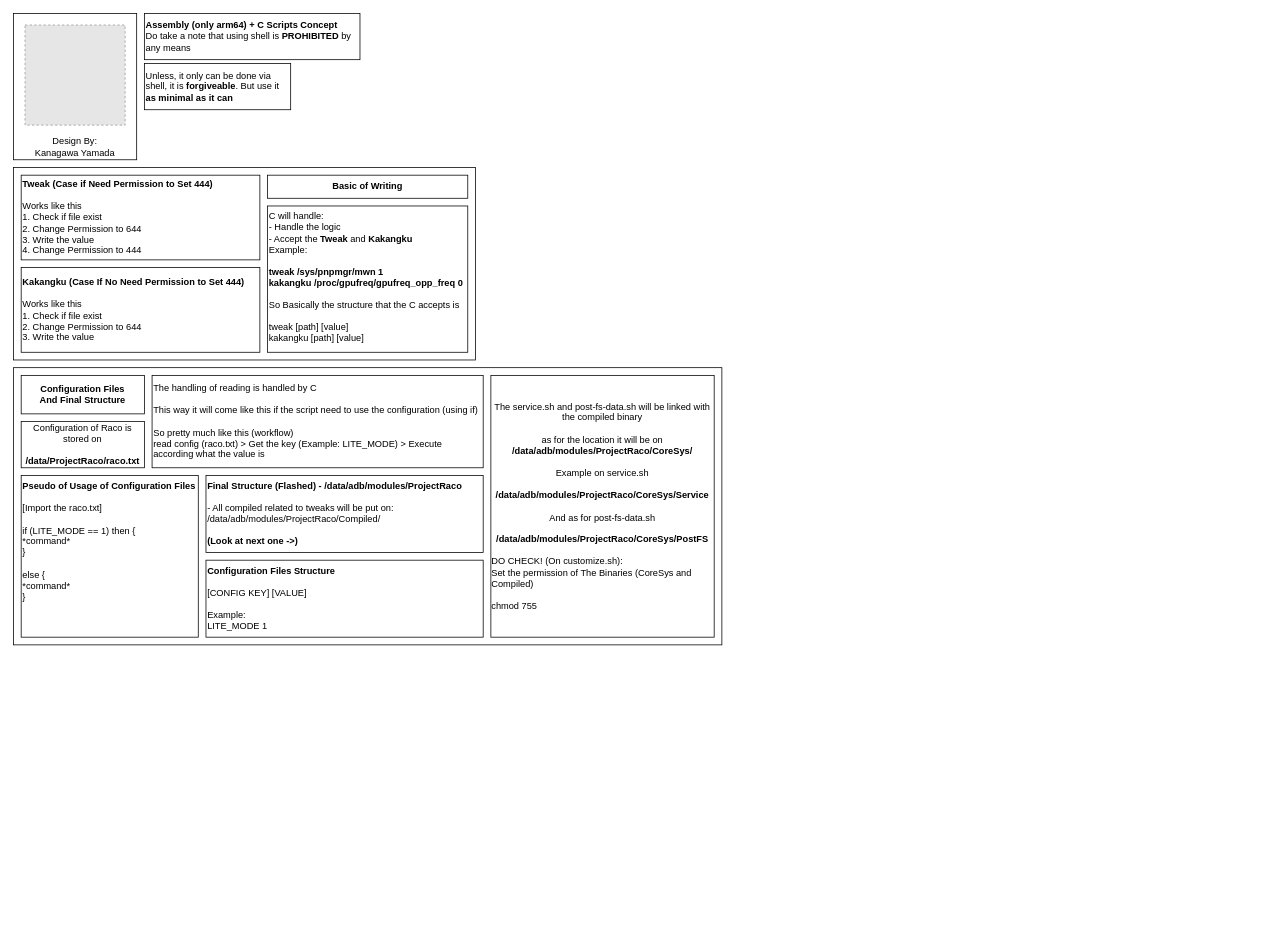
The draw.io diagram Designs/Structure of Project Raco.drawio in LoggingNewMemory/Project-Raco, before the edit. Source tidied: cells renumbered, new cells numbered last; positions are measured from the earlier drawing's top-left corner, leaving out a move shared by most shapes. Both pictures are drawn from the tidied source at 77%, with x=0, y=0 at pixel (13, 13). Pictures stored in the file or linked from it are replaced by grey dashed boxes.
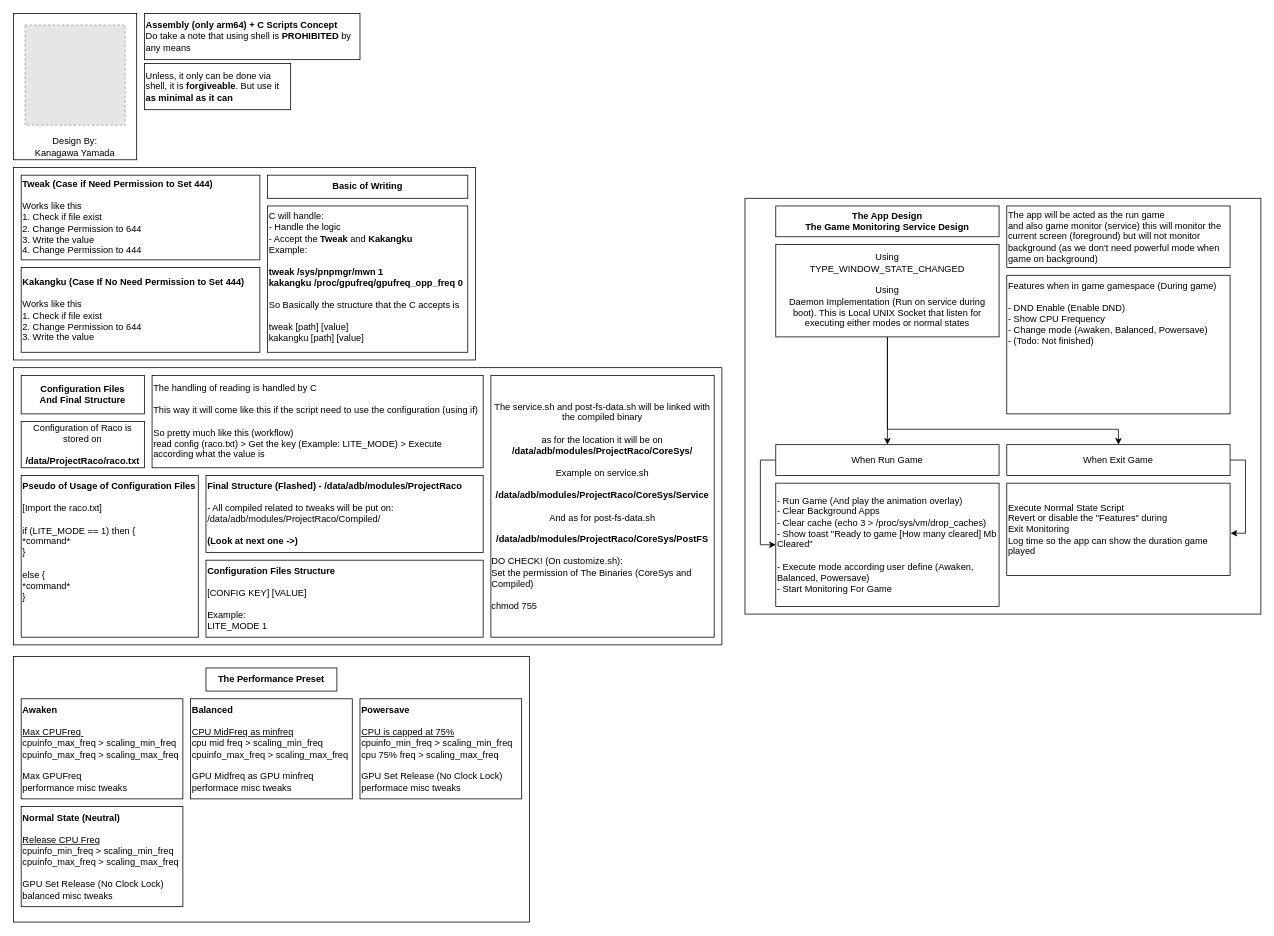
After the change.

Diff of the diagram source:
```diff
@@
+    <mxCell id="20" style="rounded=0;whiteSpace=wrap;html=1;" parent="1" vertex="1">
+      <mxGeometry x="950" y="240" width="670" height="540" as="geometry" />
+    </mxCell>
+    <mxCell id="21" style="rounded=0;whiteSpace=wrap;html=1;" parent="1" vertex="1">
+      <mxGeometry y="835" width="670" height="345" as="geometry" />
+    </mxCell>
@@
+    <mxCell id="22" value="&lt;b&gt;The Performance Preset&lt;/b&gt;" style="rounded=0;whiteSpace=wrap;html=1;" parent="1" vertex="1">
+      <mxGeometry x="250" y="850" width="170" height="30" as="geometry" />
+    </mxCell>
+    <mxCell id="23" value="&lt;b&gt;Awaken&lt;/b&gt;&lt;br&gt;&lt;div&gt;&lt;b&gt;&lt;br&gt;&lt;/b&gt;&lt;/div&gt;&lt;div&gt;&lt;u&gt;Max CPUFreq&amp;nbsp;&lt;/u&gt;&lt;/div&gt;&lt;div&gt;cpuinfo_max_freq &amp;gt;&amp;nbsp;scaling_min_freq&lt;/div&gt;&lt;div&gt;&lt;div&gt;cpuinfo_max_freq &amp;gt;&amp;nbsp;scaling_max_freq&lt;/div&gt;&lt;div&gt;&lt;br&gt;&lt;/div&gt;&lt;/div&gt;&lt;div&gt;Max GPUFreq&lt;/div&gt;&lt;div&gt;performance misc tweaks&lt;/div&gt;" style="rounded=0;whiteSpace=wrap;html=1;align=left;" parent="1" vertex="1">
+      <mxGeometry x="10" y="890" width="210" height="130" as="geometry" />
+    </mxCell>
+    <mxCell id="24" value="&lt;b&gt;Balanced&lt;/b&gt;&lt;div&gt;&lt;b&gt;&lt;br&gt;&lt;/b&gt;&lt;/div&gt;&lt;div&gt;&lt;u&gt;CPU MidFreq as minfreq&lt;/u&gt;&lt;/div&gt;&lt;div&gt;cpu mid freq &amp;gt;&amp;nbsp;scaling_min_freq&lt;/div&gt;&lt;div&gt;&lt;div&gt;cpuinfo_max_freq &amp;gt;&amp;nbsp;scaling_max_freq&lt;/div&gt;&lt;div&gt;&lt;br&gt;&lt;/div&gt;&lt;/div&gt;&lt;div&gt;GPU Midfreq as GPU minfreq&lt;/div&gt;&lt;div&gt;performace misc tweaks&lt;/div&gt;" style="rounded=0;whiteSpace=wrap;html=1;align=left;" parent="1" vertex="1">
+      <mxGeometry x="230" y="890" width="210" height="130" as="geometry" />
+    </mxCell>
+    <mxCell id="25" value="&lt;div&gt;&lt;b&gt;Powersave&lt;/b&gt;&lt;/div&gt;&lt;div&gt;&lt;b&gt;&lt;br&gt;&lt;/b&gt;&lt;/div&gt;&lt;div&gt;&lt;u&gt;CPU is capped at 75%&lt;/u&gt;&lt;/div&gt;&lt;div&gt;&lt;span style=&quot;background-color: transparent; color: light-dark(rgb(0, 0, 0), rgb(255, 255, 255));&quot;&gt;cpuinfo_min_freq&lt;/span&gt;&amp;nbsp;&amp;gt;&amp;nbsp;&lt;span style=&quot;background-color: transparent; color: light-dark(rgb(0, 0, 0), rgb(255, 255, 255));&quot;&gt;scaling_min_freq&lt;/span&gt;&lt;/div&gt;&lt;div&gt;&lt;div&gt;&lt;span style=&quot;background-color: transparent; color: light-dark(rgb(0, 0, 0), rgb(255, 255, 255));&quot;&gt;cpu 75% freq&lt;/span&gt;&amp;nbsp;&amp;gt;&amp;nbsp;scaling_max_freq&lt;/div&gt;&lt;div&gt;&lt;br&gt;&lt;/div&gt;&lt;/div&gt;&lt;div&gt;GPU Set Release (No Clock Lock)&lt;/div&gt;&lt;div&gt;performace misc tweaks&lt;/div&gt;" style="rounded=0;whiteSpace=wrap;html=1;align=left;" parent="1" vertex="1">
+      <mxGeometry x="450" y="890" width="210" height="130" as="geometry" />
+    </mxCell>
+    <mxCell id="26" value="&lt;div&gt;&lt;b&gt;Normal State (Neutral)&lt;/b&gt;&lt;/div&gt;&lt;div&gt;&lt;br&gt;&lt;/div&gt;&lt;div&gt;&lt;u&gt;Release CPU Freq&lt;/u&gt;&amp;nbsp;&lt;/div&gt;&lt;div&gt;cpuinfo_min_freq &amp;gt;&amp;nbsp;scaling_min_freq&lt;/div&gt;&lt;div&gt;&lt;div&gt;cpuinfo_max_freq &amp;gt;&amp;nbsp;scaling_max_freq&lt;/div&gt;&lt;div&gt;&lt;br&gt;&lt;/div&gt;&lt;/div&gt;&lt;div&gt;GPU Set Release (No Clock Lock)&lt;/div&gt;&lt;div&gt;&lt;span style=&quot;background-color: transparent; color: light-dark(rgb(0, 0, 0), rgb(255, 255, 255));&quot;&gt;balanced misc tweaks&lt;/span&gt;&lt;/div&gt;" style="rounded=0;whiteSpace=wrap;html=1;align=left;" parent="1" vertex="1">
+      <mxGeometry x="10" y="1030" width="210" height="130" as="geometry" />
+    </mxCell>
+    <mxCell id="27" value="The App Design&lt;div&gt;The Game Monitoring Service Design&lt;/div&gt;" style="rounded=0;whiteSpace=wrap;html=1;fontStyle=1;" parent="1" vertex="1">
+      <mxGeometry x="990" y="250" width="290" height="40" as="geometry" />
+    </mxCell>
+    <mxCell id="28" value="The app will be acted as the run game&lt;div&gt;and also game monitor (service) this will monitor the current screen (foreground) but will not monitor background (as we don't need powerful mode when game on background)&lt;/div&gt;" style="rounded=0;whiteSpace=wrap;html=1;align=left;" parent="1" vertex="1">
+      <mxGeometry x="1290" y="250" width="290" height="80" as="geometry" />
+    </mxCell>
+    <mxCell id="29" style="edgeStyle=orthogonalEdgeStyle;rounded=0;jettySize=auto;html=1;entryX=0;entryY=0.5;entryDx=0;entryDy=0;" parent="1" edge="1" source="30" target="31">
+      <mxGeometry relative="1" as="geometry">
+        <Array as="points">
+          <mxPoint x="970" y="580" />
+          <mxPoint x="970" y="690" />
+        </Array>
+      </mxGeometry>
+    </mxCell>
+    <mxCell id="30" value="When Run Game" style="rounded=0;whiteSpace=wrap;html=1;" parent="1" vertex="1">
+      <mxGeometry x="990" y="560" width="290" height="40" as="geometry" />
+    </mxCell>
+    <mxCell id="31" value="&lt;div&gt;- Run Game (And play the animation overlay)&lt;/div&gt;- Clear Background Apps&lt;div&gt;- Clear cache (echo 3 &amp;gt; /proc/sys/vm/drop_caches)&lt;/div&gt;&lt;div&gt;- Show toast &quot;Ready to game [How many cleared] Mb Cleared&quot;&lt;/div&gt;&lt;div&gt;&lt;br&gt;&lt;/div&gt;&lt;div&gt;&lt;span style=&quot;background-color: transparent; color: light-dark(rgb(0, 0, 0), rgb(255, 255, 255));&quot;&gt;- Execute mode according user define (Awaken, Balanced, Powersave)&lt;/span&gt;&lt;/div&gt;&lt;div&gt;- Start Monitoring For Game&lt;/div&gt;" style="rounded=0;whiteSpace=wrap;html=1;align=left;" parent="1" vertex="1">
+      <mxGeometry x="990" y="610" width="290" height="160" as="geometry" />
+    </mxCell>
+    <mxCell id="32" value="When Exit Game" style="rounded=0;whiteSpace=wrap;html=1;" parent="1" vertex="1">
+      <mxGeometry x="1290" y="560" width="290" height="40" as="geometry" />
+    </mxCell>
+    <mxCell id="33" value="&lt;div&gt;Execute Normal State Script&lt;/div&gt;&lt;div&gt;Revert or disable the &quot;Features&quot; during&amp;nbsp;&lt;/div&gt;&lt;div&gt;Exit Monitoring&lt;/div&gt;&lt;div&gt;Log time so the app can show the duration game played&lt;/div&gt;" style="rounded=0;whiteSpace=wrap;html=1;align=left;" parent="1" vertex="1">
+      <mxGeometry x="1290" y="610" width="290" height="120" as="geometry" />
+    </mxCell>
+    <mxCell id="34" style="edgeStyle=orthogonalEdgeStyle;rounded=0;jettySize=auto;html=1;entryX=1.002;entryY=0.542;entryDx=0;entryDy=0;entryPerimeter=0;" parent="1" edge="1" source="32" target="33">
+      <mxGeometry relative="1" as="geometry">
+        <Array as="points">
+          <mxPoint x="1600" y="580" />
+          <mxPoint x="1600" y="675" />
+        </Array>
+      </mxGeometry>
+    </mxCell>
+    <mxCell id="35" value="Features when in game gamespace (During game)&lt;div&gt;&lt;br&gt;&lt;/div&gt;&lt;div&gt;- DND Enable (Enable DND)&lt;/div&gt;&lt;div&gt;- Show CPU Frequency&lt;/div&gt;&lt;div&gt;- Change mode (Awaken, Balanced, Powersave)&lt;/div&gt;&lt;div&gt;- (Todo: Not finished)&lt;/div&gt;" style="rounded=0;whiteSpace=wrap;html=1;align=left;verticalAlign=top;" parent="1" vertex="1">
+      <mxGeometry x="1290" y="340" width="290" height="180" as="geometry" />
+    </mxCell>
+    <mxCell id="36" style="edgeStyle=orthogonalEdgeStyle;rounded=0;jettySize=auto;html=1;" parent="1" edge="1" source="38" target="30">
+      <mxGeometry relative="1" as="geometry" />
+    </mxCell>
+    <mxCell id="37" style="edgeStyle=orthogonalEdgeStyle;rounded=0;jettySize=auto;html=1;" parent="1" edge="1" source="38" target="32">
+      <mxGeometry relative="1" as="geometry">
+        <Array as="points">
+          <mxPoint x="1135" y="540" />
+          <mxPoint x="1435" y="540" />
+        </Array>
+      </mxGeometry>
+    </mxCell>
+    <mxCell id="38" value="&lt;div&gt;Using&lt;/div&gt;&lt;div&gt;TYPE_WINDOW_STATE_CHANGED&lt;/div&gt;&lt;div&gt;&lt;br&gt;&lt;/div&gt;&lt;div&gt;Using&lt;/div&gt;&lt;div&gt;Daemon Implementation (Run on service during boot). This is&amp;nbsp;Local UNIX Socket that listen for executing either modes or normal states&lt;/div&gt;" style="rounded=0;whiteSpace=wrap;html=1;" parent="1" vertex="1">
+      <mxGeometry x="990" y="300" width="290" height="120" as="geometry" />
+    </mxCell>
```
